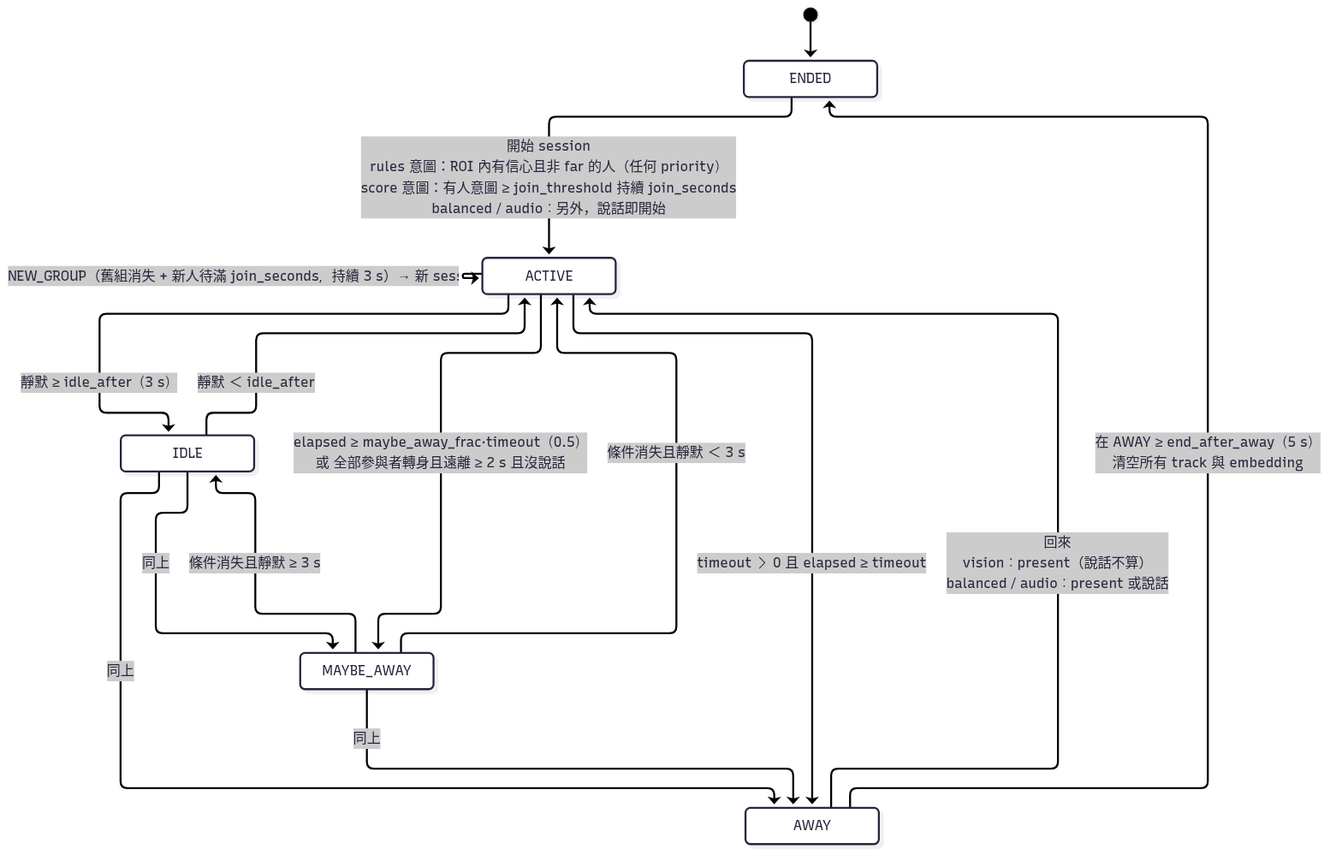
The Mermaid diagram docs/img/state_rules.png in mcw519/presence-demo, before a commit. Its source is kept beside it as docs/img/state_rules.mmd. Source of this version:
```mermaid
stateDiagram-v2
  [*] --> ENDED
  ENDED --> ACTIVE: 開始 session<br/>rules 意圖：ROI 內有信心且非 far 的人（任何 priority）<br/>score 意圖：有人意圖 ≥ join_threshold 持續 join_seconds<br/>balanced／audio：另外，說話即開始
  ACTIVE --> IDLE: 靜默 ≥ idle_after（3 s）
  IDLE --> ACTIVE: 靜默 ＜ idle_after
  ACTIVE --> MAYBE_AWAY: elapsed ≥ maybe_away_frac·timeout（0.5）<br/>或 全部參與者轉身且遠離 ≥ 2 s 且沒說話
  IDLE --> MAYBE_AWAY: 同上
  MAYBE_AWAY --> ACTIVE: 條件消失且靜默 ＜ 3 s
  MAYBE_AWAY --> IDLE: 條件消失且靜默 ≥ 3 s
  ACTIVE --> AWAY: timeout ＞ 0 且 elapsed ≥ timeout
  IDLE --> AWAY: 同上
  MAYBE_AWAY --> AWAY: 同上
  AWAY --> ACTIVE: 回來<br/>vision：present（說話不算）<br/>balanced／audio：present 或說話
  AWAY --> ENDED: 在 AWAY ≥ end_after_away（5 s）<br/>清空所有 track 與 embedding
  ACTIVE --> ACTIVE: NEW_GROUP（舊組消失 + 新人待滿 join_seconds，持續 3 s）→ 新 session
```
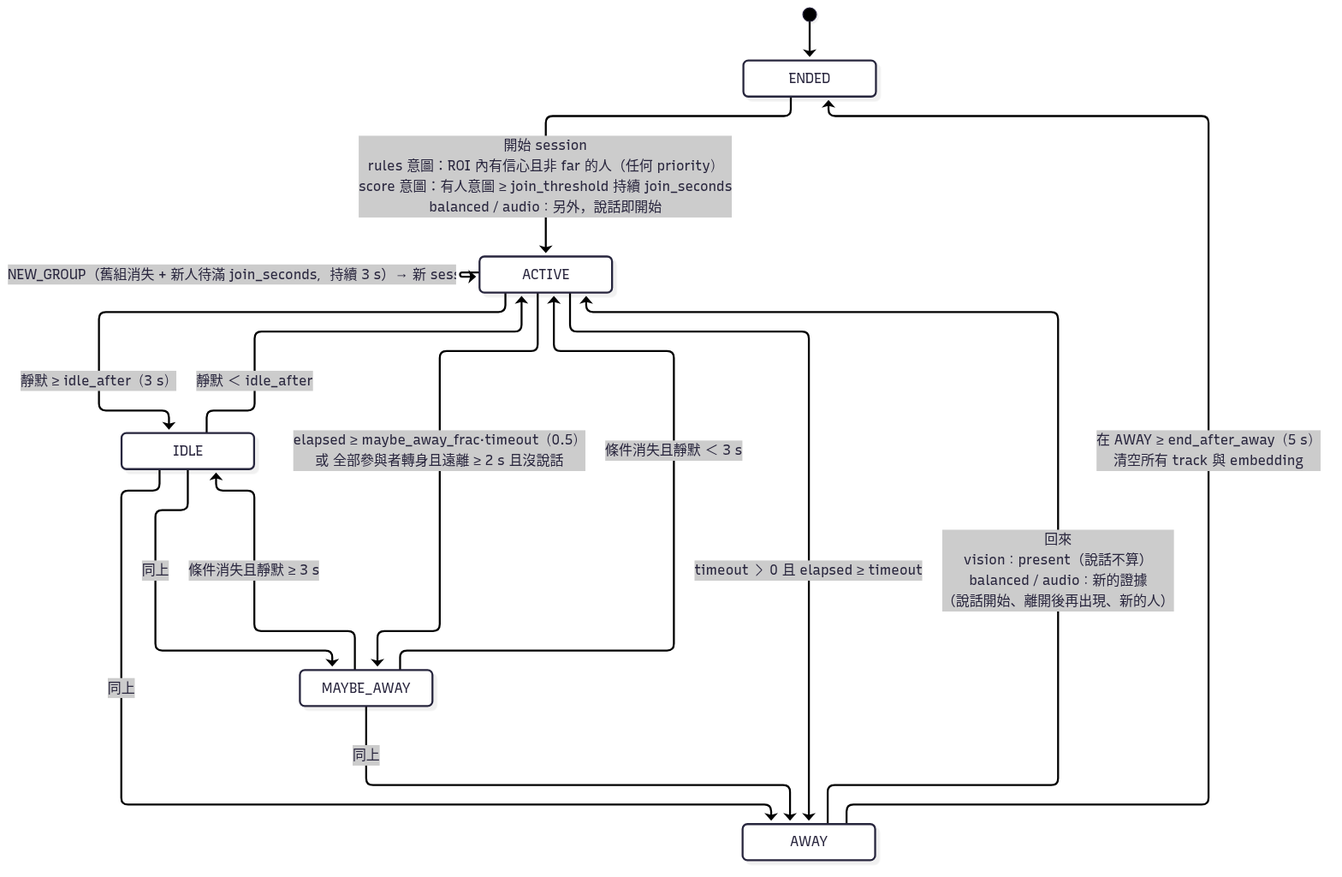
The same diagram one commit later.

Commit message:
v0.8.2: fix AWAY<->ACTIVE flip-flop for silent present person (balanced/audio); no restart churn after away-timeout ENDED; regression tests; docs

Change to the diagram source:
```diff
@@ -10,6 +10,6 @@
   ACTIVE --> AWAY: timeout ＞ 0 且 elapsed ≥ timeout
   IDLE --> AWAY: 同上
   MAYBE_AWAY --> AWAY: 同上
-  AWAY --> ACTIVE: 回來<br/>vision：present（說話不算）<br/>balanced／audio：present 或說話
+  AWAY --> ACTIVE: 回來<br/>vision：present（說話不算）<br/>balanced／audio：新的證據<br/>（說話開始、離開後再出現、新的人）
   AWAY --> ENDED: 在 AWAY ≥ end_after_away（5 s）<br/>清空所有 track 與 embedding
   ACTIVE --> ACTIVE: NEW_GROUP（舊組消失 + 新人待滿 join_seconds，持續 3 s）→ 新 session
```
